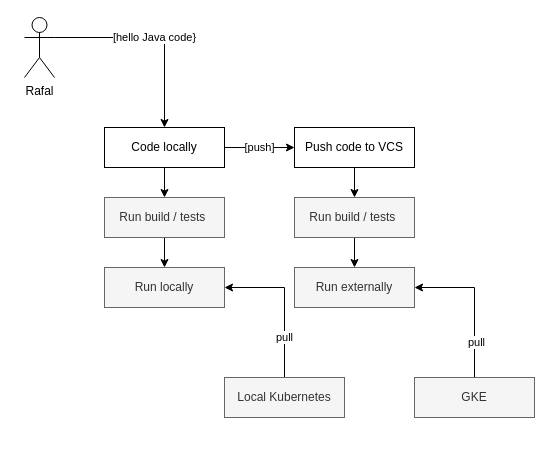
Earlier version of the draw.io diagram Untitled Diagram.drawio (kusznerr/cloud-trials). Source tidied: cells renumbered, new cells numbered last; positions are measured from the earlier drawing's top-left corner, leaving out a move shared by most shapes. Both pictures are drawn from the tidied source at 100%, with x=0, y=0 at pixel (24, 17).
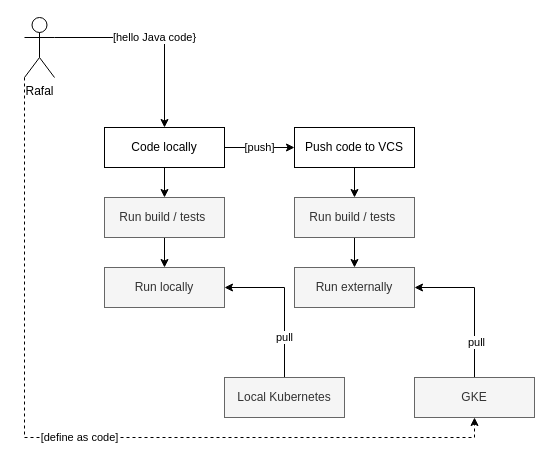
The same diagram, later.

Unchanged cells that the change refers to:
```xml
<mxCell id="7" value="Rafal" style="shape=umlActor;verticalLabelPosition=bottom;verticalAlign=top;html=1;outlineConnect=0;" parent="1" vertex="1">
  <mxGeometry width="30" height="60" as="geometry" />
</mxCell>
<mxCell id="19" value="GKE" style="rounded=0;whiteSpace=wrap;html=1;fillColor=#f5f5f5;fontColor=#333333;strokeColor=#666666;" parent="1" vertex="1">
  <mxGeometry x="390" y="360" width="120" height="40" as="geometry" />
</mxCell>
```

Change to the diagram source:
```diff
@@
+    <mxCell id="20" value="[define as code]" style="edgeStyle=orthogonalEdgeStyle;rounded=0;jettySize=auto;html=1;exitX=0;exitY=1;exitDx=0;exitDy=0;exitPerimeter=0;entryX=0.5;entryY=1;entryDx=0;entryDy=0;dashed=1;" parent="1" edge="1" source="7" target="19">
+      <mxGeometry relative="1" as="geometry" />
+    </mxCell>
```
